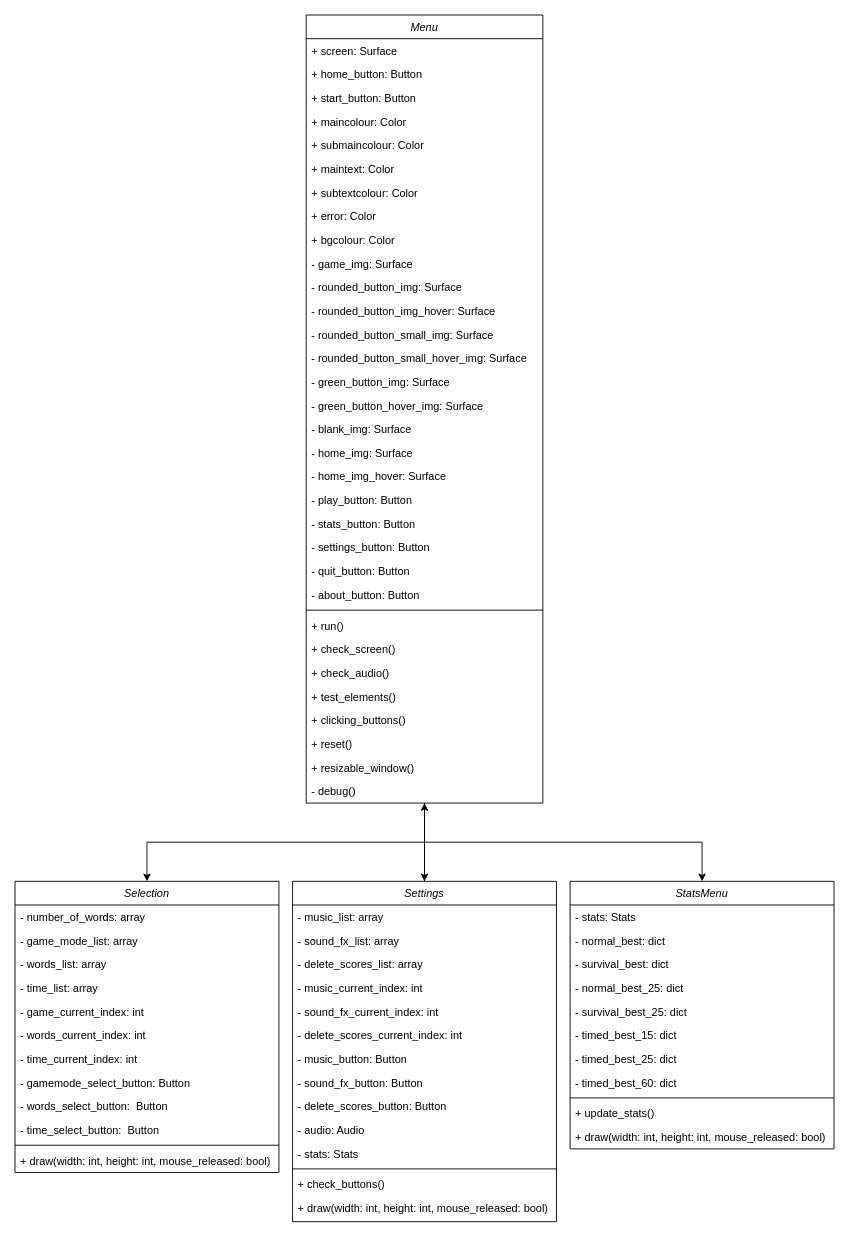
Bxnetic/wahtype keeps this draw.io diagram as diagrams/classes/menuClass.drawio. Above is the earlier version. Source tidied: cells renumbered, new cells numbered last; positions are measured from the earlier drawing's top-left corner, leaving out a move shared by most shapes. Both pictures are drawn from the tidied source at 91%, with x=0, y=0 at pixel (15, 15).
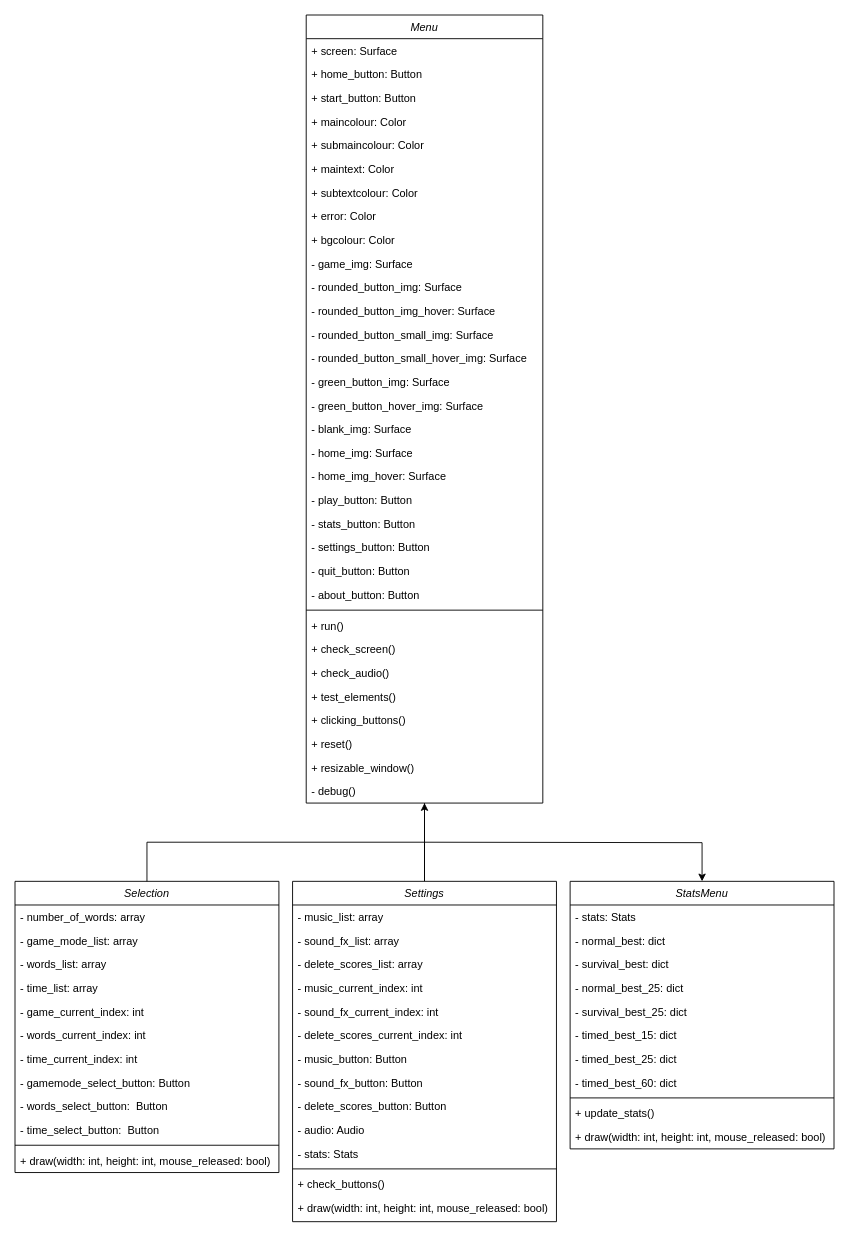
The same page after the edit.

The change refers to these unchanged cells:
```xml
<mxCell id="3" value="Selection" style="swimlane;fontStyle=2;align=center;verticalAlign=top;horizontal=1;startSize=26;rounded=0;shadow=0;strokeWidth=1;" parent="1" vertex="1">
  <mxGeometry y="952" width="290" height="320" as="geometry" />
</mxCell>
<mxCell id="19" value="Menu" style="swimlane;fontStyle=2;align=center;verticalAlign=top;horizontal=1;startSize=26;rounded=0;shadow=0;strokeWidth=1;" parent="1" vertex="1">
  <mxGeometry x="320" width="260" height="866" as="geometry" />
</mxCell>
<mxCell id="53" value="Settings" style="swimlane;fontStyle=2;align=center;verticalAlign=top;horizontal=1;startSize=26;rounded=0;shadow=0;strokeWidth=1;" parent="1" vertex="1">
  <mxGeometry x="305" y="952" width="290" height="374" as="geometry" />
</mxCell>
<mxCell id="68" value="StatsMenu" style="swimlane;fontStyle=2;align=center;verticalAlign=top;horizontal=1;startSize=26;rounded=0;shadow=0;strokeWidth=1;" parent="1" vertex="1">
  <mxGeometry x="610" y="952" width="290" height="294" as="geometry" />
</mxCell>
```

The edit, as a diff of the source:
```diff
@@
-    <mxCell id="16" style="edgeStyle=orthogonalEdgeStyle;rounded=0;jettySize=auto;html=1;" parent="1" edge="1" source="19" target="53">
+    <mxCell id="16" style="edgeStyle=orthogonalEdgeStyle;rounded=0;jettySize=auto;html=1;endArrow=none;endFill=0;" parent="1" edge="1" source="19" target="53">
       <mxGeometry relative="1" as="geometry" />
     </mxCell>
-    <mxCell id="17" style="edgeStyle=orthogonalEdgeStyle;rounded=0;jettySize=auto;html=1;exitX=0.5;exitY=1;exitDx=0;exitDy=0;entryX=0.5;entryY=0;entryDx=0;entryDy=0;" parent="1" edge="1" source="19" target="68">
-      <mxGeometry relative="1" as="geometry" />
+    <mxCell id="17" style="edgeStyle=orthogonalEdgeStyle;rounded=0;jettySize=auto;html=1;entryX=0.5;entryY=0;entryDx=0;entryDy=0;" parent="1" edge="1" target="68">
+      <mxGeometry relative="1" as="geometry">
+        <mxPoint x="450" y="909" as="sourcePoint" />
+      </mxGeometry>
     </mxCell>
-    <mxCell id="18" style="edgeStyle=orthogonalEdgeStyle;rounded=0;jettySize=auto;html=1;exitX=0.5;exitY=1;exitDx=0;exitDy=0;entryX=0.5;entryY=0;entryDx=0;entryDy=0;" parent="1" edge="1" source="19" target="3">
-      <mxGeometry relative="1" as="geometry" />
+    <mxCell id="18" style="edgeStyle=orthogonalEdgeStyle;rounded=0;jettySize=auto;html=1;entryX=0.5;entryY=0;entryDx=0;entryDy=0;endArrow=none;endFill=0;" parent="1" edge="1" target="3">
+      <mxGeometry relative="1" as="geometry">
+        <mxPoint x="450" y="909" as="sourcePoint" />
+        <Array as="points">
+          <mxPoint x="450" y="909" />
+          <mxPoint x="145" y="909" />
+        </Array>
+      </mxGeometry>
     </mxCell>
```
